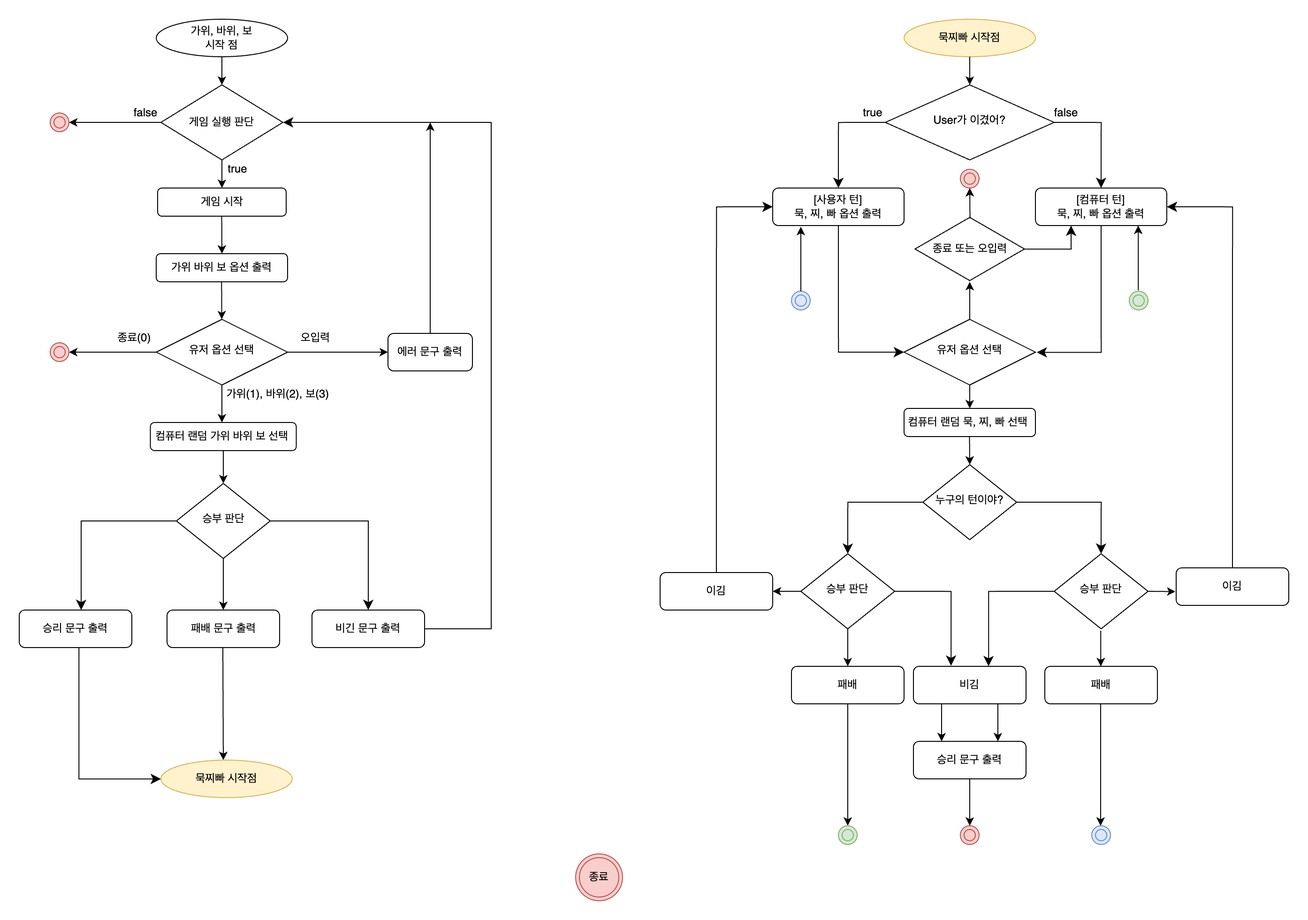
This is docs/Game_RockPaperScissors_FlowChart.drawio.png from tasty-code/ios-rock-scissor-paper, a draw.io export, as it was before one commit. Source tidied: cells renumbered, new cells last; positions are measured from the earlier drawing's top-left corner, leaving out a move shared by most shapes.
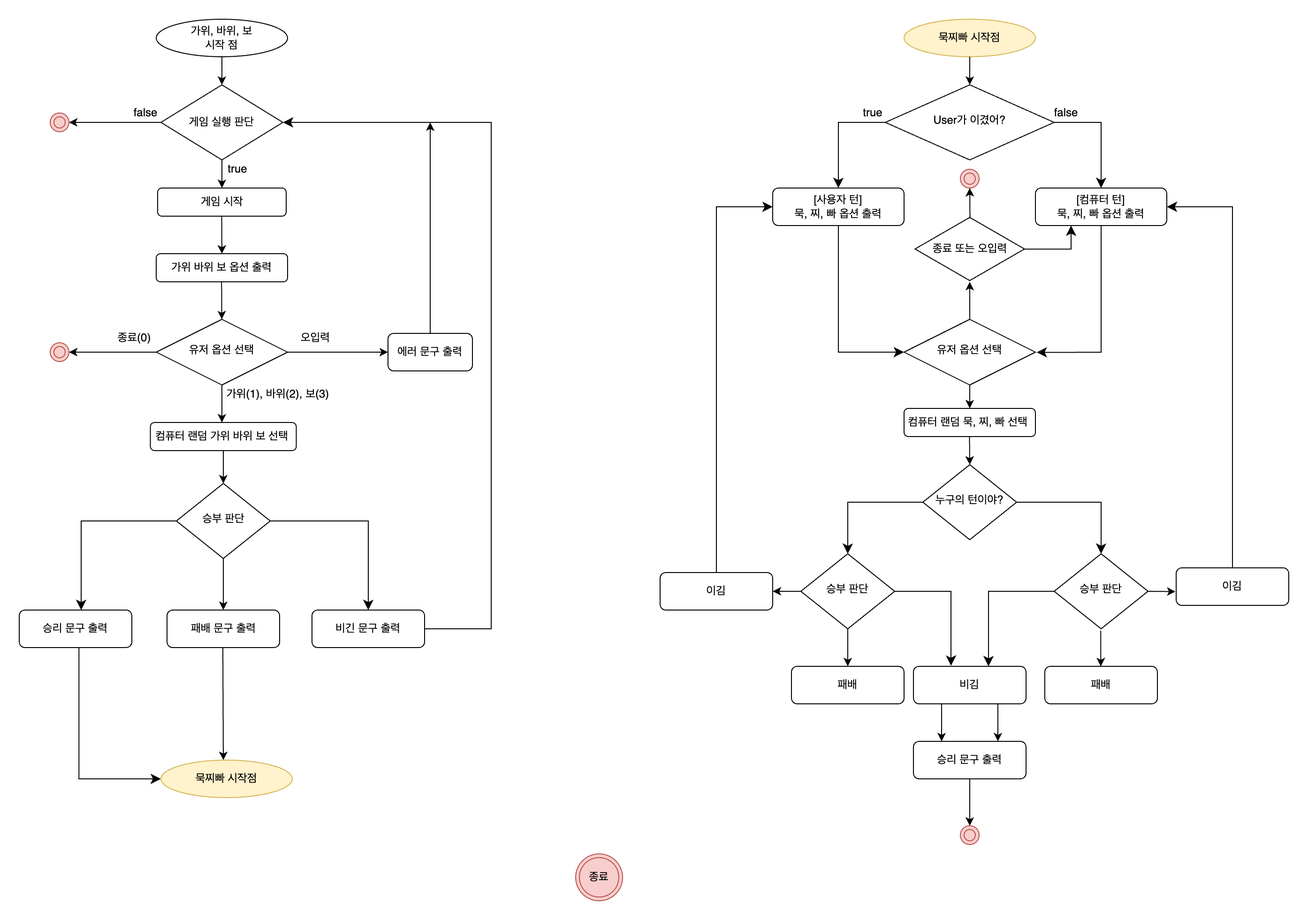
After the change.

Commit message:
docs: 순서도와 클래스 다이어그램 업데이트

Diff of the diagram source:
```diff
@@ -294,23 +294,6 @@
         <mxPoint x="1152.7" y="690" as="targetPoint" />
       </mxGeometry>
     </mxCell>
-    <mxCell id="67" style="ellipse;shape=doubleEllipse;whiteSpace=wrap;html=1;fillColor=#dae8fc;strokeColor=#6c8ebf;" parent="1" vertex="1">
-      <mxGeometry x="823" y="290" width="20" height="20" as="geometry" />
-    </mxCell>
-    <mxCell id="68" style="ellipse;shape=doubleEllipse;whiteSpace=wrap;html=1;fillColor=#d5e8d4;strokeColor=#82b366;" parent="1" vertex="1">
-      <mxGeometry x="1183" y="290" width="20" height="20" as="geometry" />
-    </mxCell>
-    <mxCell id="69" style="endArrow=classic;html=1;rounded=0;entryX=0.214;entryY=1.033;entryDx=0;entryDy=0;entryPerimeter=0;" parent="1" edge="1" target="35">
-      <mxGeometry relative="1" as="geometry">
-        <mxPoint x="833" y="290" as="sourcePoint" />
-      </mxGeometry>
-    </mxCell>
-    <mxCell id="70" style="endArrow=classic;html=1;rounded=0;entryX=0.214;entryY=1.033;entryDx=0;entryDy=0;entryPerimeter=0;" parent="1" edge="1">
-      <mxGeometry relative="1" as="geometry">
-        <mxPoint x="1192.6" y="289" as="sourcePoint" />
-        <mxPoint x="1192.6" y="220" as="targetPoint" />
-      </mxGeometry>
-    </mxCell>
     <mxCell id="71" style="endArrow=classic;html=1;rounded=0;exitX=0;exitY=0.5;exitDx=0;exitDy=0;" parent="1" edge="1" source="19">
       <mxGeometry relative="1" as="geometry">
         <mxPoint x="53" y="110" as="targetPoint" />
@@ -362,22 +345,5 @@
         <mxPoint x="1121" y="220" as="targetPoint" />
       </mxGeometry>
     </mxCell>
-    <mxCell id="85" style="endArrow=classic;html=1;rounded=0;exitX=0.5;exitY=1;exitDx=0;exitDy=0;" parent="1" edge="1" source="62">
-      <mxGeometry relative="1" as="geometry">
-        <mxPoint x="883" y="860" as="targetPoint" />
-      </mxGeometry>
-    </mxCell>
-    <mxCell id="86" style="endArrow=classic;html=1;rounded=0;exitX=0.5;exitY=1;exitDx=0;exitDy=0;" parent="1" edge="1">
-      <mxGeometry relative="1" as="geometry">
-        <mxPoint x="1152.4" y="730" as="sourcePoint" />
-        <mxPoint x="1152.4" y="860" as="targetPoint" />
-      </mxGeometry>
-    </mxCell>
-    <mxCell id="87" style="ellipse;shape=doubleEllipse;whiteSpace=wrap;html=1;fillColor=#dae8fc;strokeColor=#6c8ebf;" parent="1" vertex="1">
-      <mxGeometry x="1143" y="860" width="20" height="20" as="geometry" />
-    </mxCell>
-    <mxCell id="88" style="ellipse;shape=doubleEllipse;whiteSpace=wrap;html=1;fillColor=#d5e8d4;strokeColor=#82b366;" parent="1" vertex="1">
-      <mxGeometry x="873" y="860" width="20" height="20" as="geometry" />
-    </mxCell>
   </root>
 </mxGraphModel>
```
